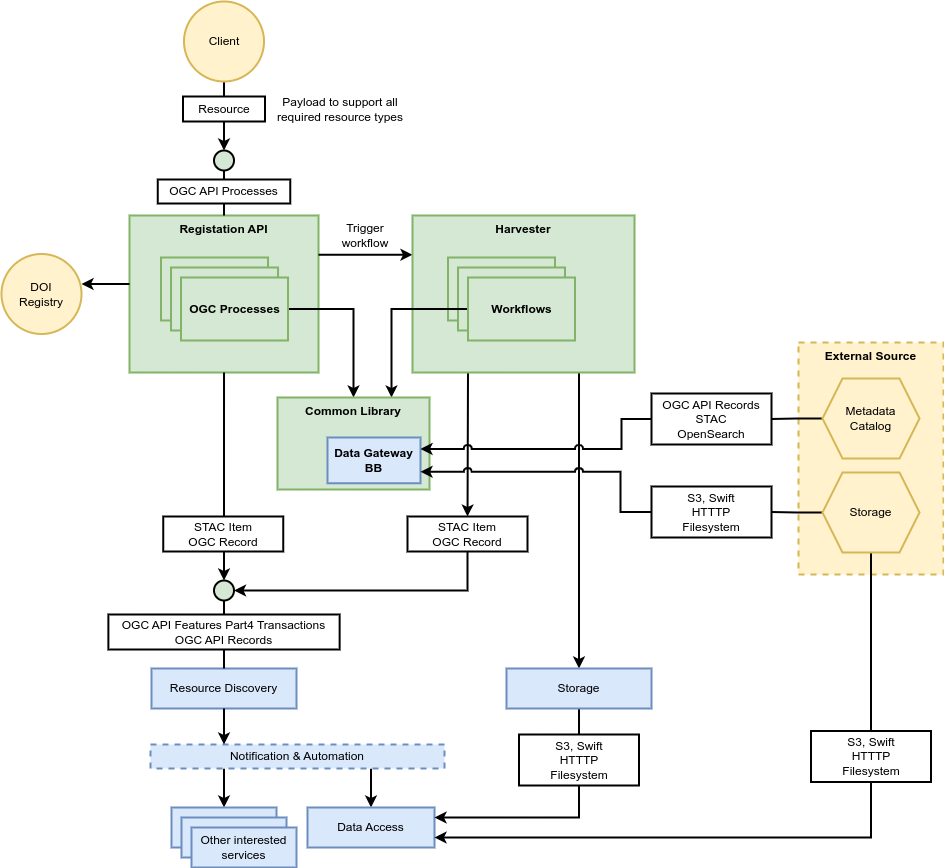
EOEPCA/resource-registration keeps this draw.io diagram as docs/img/resource-registration-architecture.drawio.png. Above is the earlier version. Source tidied: cells renumbered, new cells last; positions are measured from the earlier drawing's top-left corner, leaving out a move shared by most shapes.
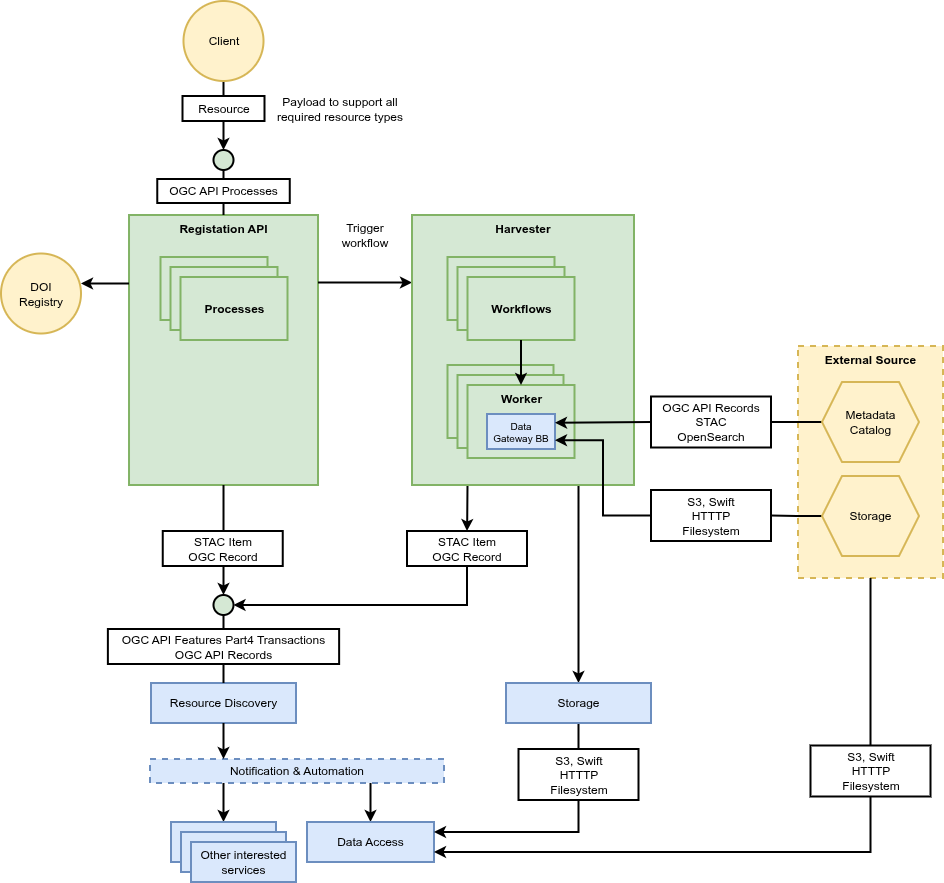
The same file after the commit.

What changed in the source:
```diff
@@ -6,7 +6,7 @@
       <mxGeometry relative="1" as="geometry" />
     </mxCell>
     <mxCell id="3" value="Registation API" style="rounded=0;whiteSpace=wrap;html=1;fillColor=#d5e8d4;strokeColor=#82b366;strokeWidth=2;fontStyle=1;verticalAlign=top;" parent="1" vertex="1">
-      <mxGeometry x="128" y="214" width="189" height="157" as="geometry" />
+      <mxGeometry x="128" y="214" width="189" height="270" as="geometry" />
     </mxCell>
     <mxCell id="4" style="edgeStyle=orthogonalEdgeStyle;rounded=0;jettySize=auto;html=1;exitX=0.5;exitY=1;exitDx=0;exitDy=0;strokeWidth=2;entryX=0.5;entryY=0;entryDx=0;entryDy=0;" parent="1" edge="1" source="3" target="23">
       <mxGeometry relative="1" as="geometry" />
@@ -21,7 +21,7 @@
       <mxGeometry relative="1" as="geometry" />
     </mxCell>
     <mxCell id="7" value="Resource Discovery" style="rounded=0;whiteSpace=wrap;html=1;fillColor=#dae8fc;strokeColor=#6c8ebf;strokeWidth=2;" parent="1" vertex="1">
-      <mxGeometry x="150" y="667" width="145" height="40" as="geometry" />
+      <mxGeometry x="150" y="682" width="145" height="40" as="geometry" />
     </mxCell>
     <mxCell id="8" style="edgeStyle=orthogonalEdgeStyle;rounded=0;jettySize=auto;html=1;exitX=0.25;exitY=1;exitDx=0;exitDy=0;entryX=0.5;entryY=0;entryDx=0;entryDy=0;strokeWidth=2;" parent="1" edge="1" source="10" target="11">
       <mxGeometry relative="1" as="geometry" />
@@ -30,25 +30,25 @@
       <mxGeometry relative="1" as="geometry" />
     </mxCell>
     <mxCell id="10" value="Notification &amp;amp; Automation" style="rounded=0;whiteSpace=wrap;html=1;fillColor=#dae8fc;strokeColor=#6c8ebf;dashed=1;strokeWidth=2;" parent="1" vertex="1">
-      <mxGeometry x="149" y="743" width="294" height="24" as="geometry" />
+      <mxGeometry x="149" y="758" width="294" height="24" as="geometry" />
     </mxCell>
     <mxCell id="11" style="rounded=0;whiteSpace=wrap;html=1;fillColor=#dae8fc;strokeColor=#6c8ebf;strokeWidth=2;" parent="1" vertex="1">
-      <mxGeometry x="170" y="806" width="105" height="40" as="geometry" />
+      <mxGeometry x="170" y="821" width="105" height="40" as="geometry" />
     </mxCell>
     <mxCell id="12" style="rounded=0;whiteSpace=wrap;html=1;fillColor=#dae8fc;strokeColor=#6c8ebf;strokeWidth=2;" parent="1" vertex="1">
-      <mxGeometry x="180" y="816" width="105" height="40" as="geometry" />
+      <mxGeometry x="180" y="831" width="105" height="40" as="geometry" />
     </mxCell>
     <mxCell id="13" value="Other interested services" style="rounded=0;whiteSpace=wrap;html=1;fillColor=#dae8fc;strokeColor=#6c8ebf;strokeWidth=2;" parent="1" vertex="1">
-      <mxGeometry x="190" y="826" width="105" height="40" as="geometry" />
+      <mxGeometry x="190" y="841" width="105" height="40" as="geometry" />
     </mxCell>
     <mxCell id="14" value="Data Access" style="rounded=0;whiteSpace=wrap;html=1;fillColor=#dae8fc;strokeColor=#6c8ebf;strokeWidth=2;" parent="1" vertex="1">
-      <mxGeometry x="306" y="806" width="127" height="40" as="geometry" />
+      <mxGeometry x="306" y="821" width="127" height="40" as="geometry" />
     </mxCell>
     <mxCell id="15" style="edgeStyle=orthogonalEdgeStyle;rounded=0;jettySize=auto;html=1;exitX=0.5;exitY=1;exitDx=0;exitDy=0;entryX=0.25;entryY=0;entryDx=0;entryDy=0;strokeWidth=2;" parent="1" edge="1" source="7" target="10">
       <mxGeometry relative="1" as="geometry" />
     </mxCell>
     <mxCell id="16" value="STAC Item&lt;br&gt;OGC Record" style="rounded=0;whiteSpace=wrap;html=1;strokeWidth=2;" parent="1" vertex="1">
-      <mxGeometry x="161.8" y="515" width="120" height="35" as="geometry" />
+      <mxGeometry x="161.8" y="530" width="120" height="35" as="geometry" />
     </mxCell>
     <mxCell id="17" style="endArrow=none;html=1;rounded=0;endFill=0;endSize=20;exitX=0.5;exitY=0;exitDx=0;exitDy=0;strokeWidth=2;entryX=0.5;entryY=1;entryDx=0;entryDy=0;" parent="1" edge="1" source="3" target="18">
       <mxGeometry relative="1" as="geometry" />
@@ -69,13 +69,13 @@
       <mxGeometry y="252.5" width="80" height="80" as="geometry" />
     </mxCell>
     <mxCell id="23" style="ellipse;whiteSpace=wrap;html=1;fillColor=#d5e8d4;strokeColor=#000000;strokeWidth=2;" parent="1" vertex="1">
-      <mxGeometry x="212.5" y="579" width="20" height="20" as="geometry" />
+      <mxGeometry x="212.5" y="594" width="20" height="20" as="geometry" />
     </mxCell>
     <mxCell id="24" style="endArrow=none;html=1;rounded=0;endFill=0;endSize=20;exitX=0.5;exitY=0;exitDx=0;exitDy=0;strokeWidth=2;entryX=0.5;entryY=1;entryDx=0;entryDy=0;" parent="1" edge="1" source="7" target="23">
       <mxGeometry relative="1" as="geometry" />
     </mxCell>
     <mxCell id="25" value="OGC API Features Part4 Transactions&lt;br&gt;OGC API Records" style="rounded=0;whiteSpace=wrap;html=1;strokeWidth=2;" parent="1" vertex="1">
-      <mxGeometry x="106.9" y="613" width="231.2" height="35" as="geometry" />
+      <mxGeometry x="106.9" y="628" width="231.2" height="35" as="geometry" />
     </mxCell>
     <mxCell id="26" value="Trigger&lt;br&gt;workflow" style="text;html=1;strokeColor=none;fillColor=none;align=center;verticalAlign=middle;whiteSpace=wrap;rounded=0;" parent="1" vertex="1">
       <mxGeometry x="331" y="215" width="66" height="37.5" as="geometry" />
@@ -84,7 +84,7 @@
       <mxGeometry relative="1" as="geometry" />
     </mxCell>
     <mxCell id="28" value="STAC Item&lt;br&gt;OGC Record" style="rounded=0;whiteSpace=wrap;html=1;strokeWidth=2;" parent="1" vertex="1">
-      <mxGeometry x="406" y="515" width="120" height="35" as="geometry" />
+      <mxGeometry x="406" y="530" width="120" height="35" as="geometry" />
     </mxCell>
     <mxCell id="29" value="Payload to support all required resource types" style="text;html=1;strokeColor=none;fillColor=none;align=center;verticalAlign=middle;whiteSpace=wrap;rounded=0;" parent="1" vertex="1">
       <mxGeometry x="268" y="92.2" width="142" height="30.5" as="geometry" />
@@ -93,7 +93,7 @@
       <mxGeometry relative="1" as="geometry" />
     </mxCell>
     <mxCell id="31" value="Harvester" style="rounded=0;whiteSpace=wrap;html=1;fillColor=#d5e8d4;strokeColor=#82b366;strokeWidth=2;fontStyle=1;verticalAlign=top;" parent="1" vertex="1">
-      <mxGeometry x="411" y="214" width="222" height="157" as="geometry" />
+      <mxGeometry x="411" y="214" width="222" height="270" as="geometry" />
     </mxCell>
     <mxCell id="32" value="OGC API Processes" style="rounded=0;whiteSpace=wrap;html=1;strokeWidth=2;" parent="1" vertex="1">
       <mxGeometry x="156.3" y="178" width="132.5" height="24" as="geometry" />
@@ -104,50 +104,47 @@
     <mxCell id="34" value="Workflow" style="rounded=0;whiteSpace=wrap;html=1;fillColor=#d5e8d4;strokeColor=#82b366;strokeWidth=2;fontStyle=1;verticalAlign=middle;" parent="1" vertex="1">
       <mxGeometry x="456.5" y="266" width="107" height="63" as="geometry" />
     </mxCell>
-    <mxCell id="35" style="edgeStyle=orthogonalEdgeStyle;rounded=0;jumpStyle=arc;jettySize=auto;html=1;exitX=0;exitY=0.5;exitDx=0;exitDy=0;entryX=0.75;entryY=0;entryDx=0;entryDy=0;strokeWidth=2;" parent="1" edge="1" source="36" target="55">
-      <mxGeometry relative="1" as="geometry" />
-    </mxCell>
     <mxCell id="36" value="Workflows" style="rounded=0;whiteSpace=wrap;html=1;fillColor=#d5e8d4;strokeColor=#82b366;strokeWidth=2;fontStyle=1;verticalAlign=middle;" parent="1" vertex="1">
       <mxGeometry x="466.5" y="276" width="107" height="63" as="geometry" />
     </mxCell>
     <mxCell id="37" value="External Source" style="rounded=0;whiteSpace=wrap;html=1;fillColor=#fff2cc;strokeColor=#d6b656;strokeWidth=2;fontStyle=1;verticalAlign=top;dashed=1;" parent="1" vertex="1">
-      <mxGeometry x="797" y="341" width="145" height="232" as="geometry" />
+      <mxGeometry x="797" y="345" width="145" height="232" as="geometry" />
     </mxCell>
     <mxCell id="38" style="edgeStyle=orthogonalEdgeStyle;rounded=0;jettySize=auto;html=1;exitX=0;exitY=0.5;exitDx=0;exitDy=0;entryX=1;entryY=0.5;entryDx=0;entryDy=0;endArrow=none;endFill=0;strokeWidth=2;" parent="1" edge="1" source="39" target="43">
       <mxGeometry relative="1" as="geometry" />
     </mxCell>
     <mxCell id="39" value="Metadata&lt;br&gt;Catalog" style="shape=hexagon;perimeter=hexagonPerimeter2;whiteSpace=wrap;html=1;fixedSize=1;fillColor=#fff2cc;strokeColor=#d6b656;strokeWidth=2;" parent="1" vertex="1">
-      <mxGeometry x="821" y="377" width="97" height="80" as="geometry" />
+      <mxGeometry x="821" y="381" width="97" height="80" as="geometry" />
     </mxCell>
     <mxCell id="40" style="edgeStyle=orthogonalEdgeStyle;rounded=0;jettySize=auto;html=1;exitX=0;exitY=0.5;exitDx=0;exitDy=0;entryX=1;entryY=0.5;entryDx=0;entryDy=0;endArrow=none;endFill=0;strokeWidth=2;" parent="1" edge="1" source="42" target="44">
       <mxGeometry relative="1" as="geometry" />
     </mxCell>
-    <mxCell id="41" style="edgeStyle=orthogonalEdgeStyle;rounded=0;jettySize=auto;html=1;exitX=0.5;exitY=1;exitDx=0;exitDy=0;entryX=0.5;entryY=0;entryDx=0;entryDy=0;strokeWidth=2;endArrow=none;endFill=0;" parent="1" edge="1" source="42" target="46">
+    <mxCell id="41" style="edgeStyle=orthogonalEdgeStyle;rounded=0;jettySize=auto;html=1;exitX=0.5;exitY=1;exitDx=0;exitDy=0;entryX=0.5;entryY=0;entryDx=0;entryDy=0;strokeWidth=2;endArrow=none;endFill=0;" parent="1" edge="1" source="37" target="46">
       <mxGeometry relative="1" as="geometry" />
     </mxCell>
     <mxCell id="42" value="Storage" style="shape=hexagon;perimeter=hexagonPerimeter2;whiteSpace=wrap;html=1;fixedSize=1;fillColor=#fff2cc;strokeColor=#d6b656;strokeWidth=2;" parent="1" vertex="1">
-      <mxGeometry x="821" y="471" width="97" height="80" as="geometry" />
+      <mxGeometry x="821" y="475" width="97" height="80" as="geometry" />
     </mxCell>
     <mxCell id="43" value="OGC API Records&lt;br&gt;STAC&lt;br&gt;OpenSearch" style="rounded=0;whiteSpace=wrap;html=1;strokeWidth=2;" parent="1" vertex="1">
-      <mxGeometry x="650" y="392" width="120" height="51" as="geometry" />
+      <mxGeometry x="650" y="395.5" width="120" height="51" as="geometry" />
     </mxCell>
     <mxCell id="44" value="S3, Swift&lt;br&gt;HTTTP&lt;br&gt;Filesystem" style="rounded=0;whiteSpace=wrap;html=1;strokeWidth=2;" parent="1" vertex="1">
-      <mxGeometry x="650" y="485" width="120" height="51" as="geometry" />
+      <mxGeometry x="650" y="489" width="120" height="51" as="geometry" />
     </mxCell>
     <mxCell id="45" style="edgeStyle=orthogonalEdgeStyle;rounded=0;jettySize=auto;html=1;exitX=0.5;exitY=1;exitDx=0;exitDy=0;entryX=1;entryY=0.75;entryDx=0;entryDy=0;strokeWidth=2;" parent="1" edge="1" source="46" target="14">
       <mxGeometry relative="1" as="geometry" />
     </mxCell>
     <mxCell id="46" value="S3, Swift&lt;br&gt;HTTTP&lt;br&gt;Filesystem" style="rounded=0;whiteSpace=wrap;html=1;strokeWidth=2;" parent="1" vertex="1">
-      <mxGeometry x="809.5" y="729.5" width="120" height="51" as="geometry" />
+      <mxGeometry x="809.5" y="744.5" width="120" height="51" as="geometry" />
     </mxCell>
     <mxCell id="47" style="edgeStyle=orthogonalEdgeStyle;rounded=0;jettySize=auto;html=1;exitX=0.5;exitY=1;exitDx=0;exitDy=0;entryX=1;entryY=0.25;entryDx=0;entryDy=0;strokeWidth=2;" parent="1" edge="1" source="48" target="14">
       <mxGeometry relative="1" as="geometry" />
     </mxCell>
     <mxCell id="48" value="Storage" style="rounded=0;whiteSpace=wrap;html=1;fillColor=#dae8fc;strokeColor=#6c8ebf;strokeWidth=2;" parent="1" vertex="1">
-      <mxGeometry x="505" y="667" width="145" height="40" as="geometry" />
+      <mxGeometry x="505" y="682" width="145" height="40" as="geometry" />
     </mxCell>
     <mxCell id="49" value="S3, Swift&lt;br&gt;HTTTP&lt;br&gt;Filesystem" style="rounded=0;whiteSpace=wrap;html=1;strokeWidth=2;" parent="1" vertex="1">
-      <mxGeometry x="517.5" y="733" width="120" height="51" as="geometry" />
+      <mxGeometry x="517.5" y="748" width="120" height="51" as="geometry" />
     </mxCell>
     <mxCell id="50" value="Process" style="rounded=0;whiteSpace=wrap;html=1;fillColor=#d5e8d4;strokeColor=#82b366;strokeWidth=2;fontStyle=1;verticalAlign=middle;" parent="1" vertex="1">
       <mxGeometry x="159.5" y="256" width="107" height="63" as="geometry" />
@@ -155,40 +152,29 @@
     <mxCell id="51" value="Process" style="rounded=0;whiteSpace=wrap;html=1;fillColor=#d5e8d4;strokeColor=#82b366;strokeWidth=2;fontStyle=1;verticalAlign=middle;" parent="1" vertex="1">
       <mxGeometry x="169.5" y="266" width="107" height="63" as="geometry" />
     </mxCell>
-    <mxCell id="52" style="edgeStyle=orthogonalEdgeStyle;rounded=0;jumpStyle=arc;jettySize=auto;html=1;exitX=1;exitY=0.5;exitDx=0;exitDy=0;entryX=0.5;entryY=0;entryDx=0;entryDy=0;strokeWidth=2;" parent="1" edge="1" source="53" target="55">
-      <mxGeometry relative="1" as="geometry">
-        <Array as="points">
-          <mxPoint x="352" y="308" />
-        </Array>
-      </mxGeometry>
-    </mxCell>
-    <mxCell id="53" value="OGC Processes" style="rounded=0;whiteSpace=wrap;html=1;fillColor=#d5e8d4;strokeColor=#82b366;strokeWidth=2;fontStyle=1;verticalAlign=middle;" parent="1" vertex="1">
+    <mxCell id="53" value="Processes" style="rounded=0;whiteSpace=wrap;html=1;fillColor=#d5e8d4;strokeColor=#82b366;strokeWidth=2;fontStyle=1;verticalAlign=middle;" parent="1" vertex="1">
       <mxGeometry x="179.5" y="276" width="107" height="63" as="geometry" />
     </mxCell>
-    <mxCell id="54" style="group;fillColor=#dae8fc;strokeColor=#6c8ebf;" parent="1" vertex="1">
-      <mxGeometry x="276" y="396" width="152" height="92" as="geometry" />
-    </mxCell>
-    <mxCell id="55" value="Common Library" style="rounded=0;whiteSpace=wrap;html=1;fillColor=#d5e8d4;strokeColor=#82b366;strokeWidth=2;fontStyle=1;verticalAlign=top;" parent="54" vertex="1">
-      <mxGeometry width="152" height="92" as="geometry" />
+    <mxCell id="55" value="Worker" style="rounded=0;whiteSpace=wrap;html=1;fillColor=#d5e8d4;strokeColor=#82b366;strokeWidth=2;fontStyle=1;verticalAlign=top;" parent="1" vertex="1">
+      <mxGeometry x="446.5" y="364" width="106" height="73" as="geometry" />
     </mxCell>
+    <mxCell id="59" value="Worker" style="rounded=0;whiteSpace=wrap;html=1;fillColor=#d5e8d4;strokeColor=#82b366;strokeWidth=2;fontStyle=1;verticalAlign=top;" parent="1" vertex="1">
+      <mxGeometry x="456.5" y="374" width="106" height="73" as="geometry" />
+    </mxCell>
+    <mxCell id="60" value="Worker" style="rounded=0;whiteSpace=wrap;html=1;fillColor=#d5e8d4;strokeColor=#82b366;strokeWidth=2;fontStyle=1;verticalAlign=top;" parent="1" vertex="1">
+      <mxGeometry x="466.5" y="384" width="107" height="73" as="geometry" />
+    </mxCell>
+    <mxCell id="35" style="edgeStyle=orthogonalEdgeStyle;rounded=0;jumpStyle=arc;jettySize=auto;html=1;exitX=0.5;exitY=1;exitDx=0;exitDy=0;entryX=0.5;entryY=0;entryDx=0;entryDy=0;strokeWidth=2;" parent="1" edge="1" source="36" target="60">
+      <mxGeometry relative="1" as="geometry" />
+    </mxCell>
-    <mxCell id="56" value="Data Gateway BB" style="rounded=0;whiteSpace=wrap;html=1;fillColor=#dae8fc;strokeColor=#6c8ebf;strokeWidth=2;fontStyle=1;verticalAlign=middle;" parent="54" vertex="1">
-      <mxGeometry x="50" y="40" width="93" height="45.8" as="geometry" />
+    <mxCell id="56" value="Data &lt;br&gt;Gateway BB" style="rounded=0;whiteSpace=wrap;html=1;fillColor=#dae8fc;strokeColor=#6c8ebf;strokeWidth=2;fontStyle=0;verticalAlign=middle;fontSize=10;" parent="1" vertex="1">
+      <mxGeometry x="486" y="413" width="68" height="35" as="geometry" />
     </mxCell>
-    <mxCell id="57" style="edgeStyle=orthogonalEdgeStyle;rounded=0;jettySize=auto;html=1;exitX=0;exitY=0.5;exitDx=0;exitDy=0;entryX=1;entryY=0.25;entryDx=0;entryDy=0;strokeWidth=2;jumpStyle=arc;" parent="1" edge="1" source="43" target="56">
-      <mxGeometry relative="1" as="geometry">
-        <Array as="points">
-          <mxPoint x="620" y="418" />
-          <mxPoint x="620" y="447" />
-        </Array>
-      </mxGeometry>
+    <mxCell id="57" style="rounded=0;jettySize=auto;html=1;exitX=0;exitY=0.5;exitDx=0;exitDy=0;entryX=1;entryY=0.25;entryDx=0;entryDy=0;strokeWidth=2;jumpStyle=arc;" parent="1" edge="1" source="43" target="56">
+      <mxGeometry relative="1" as="geometry" />
     </mxCell>
-    <mxCell id="58" style="edgeStyle=orthogonalEdgeStyle;rounded=0;jettySize=auto;html=1;exitX=0;exitY=0.5;exitDx=0;exitDy=0;entryX=1;entryY=0.75;entryDx=0;entryDy=0;strokeWidth=2;jumpStyle=arc;" parent="1" edge="1" source="44" target="56">
-      <mxGeometry relative="1" as="geometry">
-        <Array as="points">
-          <mxPoint x="619" y="511" />
-          <mxPoint x="619" y="470" />
-        </Array>
-      </mxGeometry>
+    <mxCell id="58" style="rounded=0;jettySize=auto;html=1;exitX=0;exitY=0.5;exitDx=0;exitDy=0;entryX=1;entryY=0.75;entryDx=0;entryDy=0;strokeWidth=2;jumpStyle=arc;edgeStyle=orthogonalEdgeStyle;" parent="1" edge="1" source="44" target="56">
+      <mxGeometry relative="1" as="geometry" />
     </mxCell>
   </root>
 </mxGraphModel>
```
